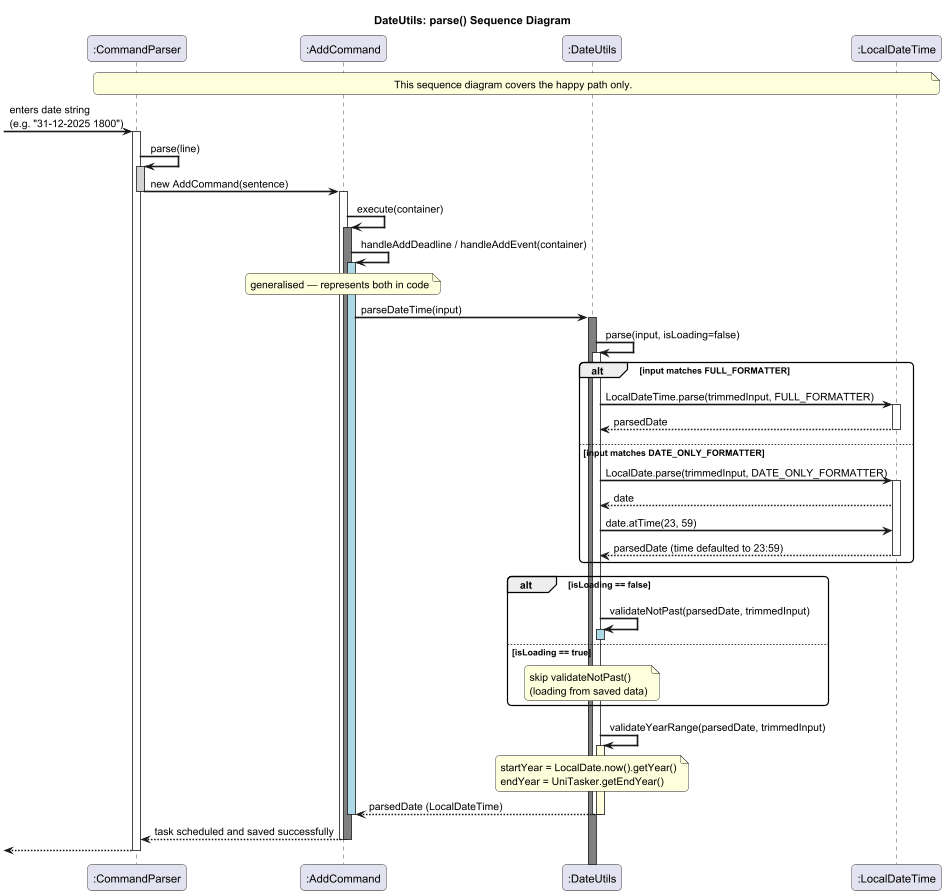
marken9/tp keeps this PlantUML diagram as docs/pictures/DateUtilsSequence.png. Above is the earlier version. The source it was exported from:
```plantuml
@startuml DateUtilsSequenceDiagram
!pragma teoz true

skinparam sequenceArrowThickness 2
skinparam roundcorner 10

title DateUtils: parse() Sequence Diagram

participant ":CommandParser" as CP
participant ":AddCommand" as AC
participant ":DateUtils" as DU
participant ":LocalDateTime" as LDT

note over CP, LDT : This sequence diagram covers the happy path only.

-> CP : enters date string\n(e.g. "31-12-2025 1800")
activate CP

CP -> CP : parse(line)
activate CP #lightgray
CP -> AC : new AddCommand(sentence)
deactivate CP

activate AC
AC -> AC : execute(container)
activate AC #gray

AC -> AC : handleAddDeadline / handleAddEvent(container)
activate AC #lightblue
note over AC : generalised — represents both in code

AC -> DU : parseDateTime(input)
activate DU #gray

DU -> DU : parse(input, isLoading=false)
activate DU #white

alt input matches FULL_FORMATTER
    DU -> LDT : LocalDateTime.parse(trimmedInput, FULL_FORMATTER)
    activate LDT
    LDT --> DU : parsedDate
    deactivate LDT

else input matches DATE_ONLY_FORMATTER
    DU -> LDT : LocalDate.parse(trimmedInput, DATE_ONLY_FORMATTER)
    activate LDT
    LDT --> DU : date
    DU -> LDT : date.atTime(23, 59)
    LDT --> DU : parsedDate (time defaulted to 23:59)
    deactivate LDT
end

alt isLoading == false
    DU -> DU : validateNotPast(parsedDate, trimmedInput)
    activate DU #lightblue
    deactivate DU

else isLoading == true
    note over DU : skip validateNotPast()\n(loading from saved data)
end

DU -> DU : validateYearRange(parsedDate, trimmedInput)
activate DU #lightyellow
note over DU : startYear = LocalDate.now().getYear()\nendYear = UniTasker.getEndYear()

DU --> AC : parsedDate (LocalDateTime)
deactivate DU
deactivate DU
deactivate AC
AC --> CP: task scheduled and saved successfully
deactivate AC
deactivate AC
<-- CP:

deactivate CP

@enduml
```
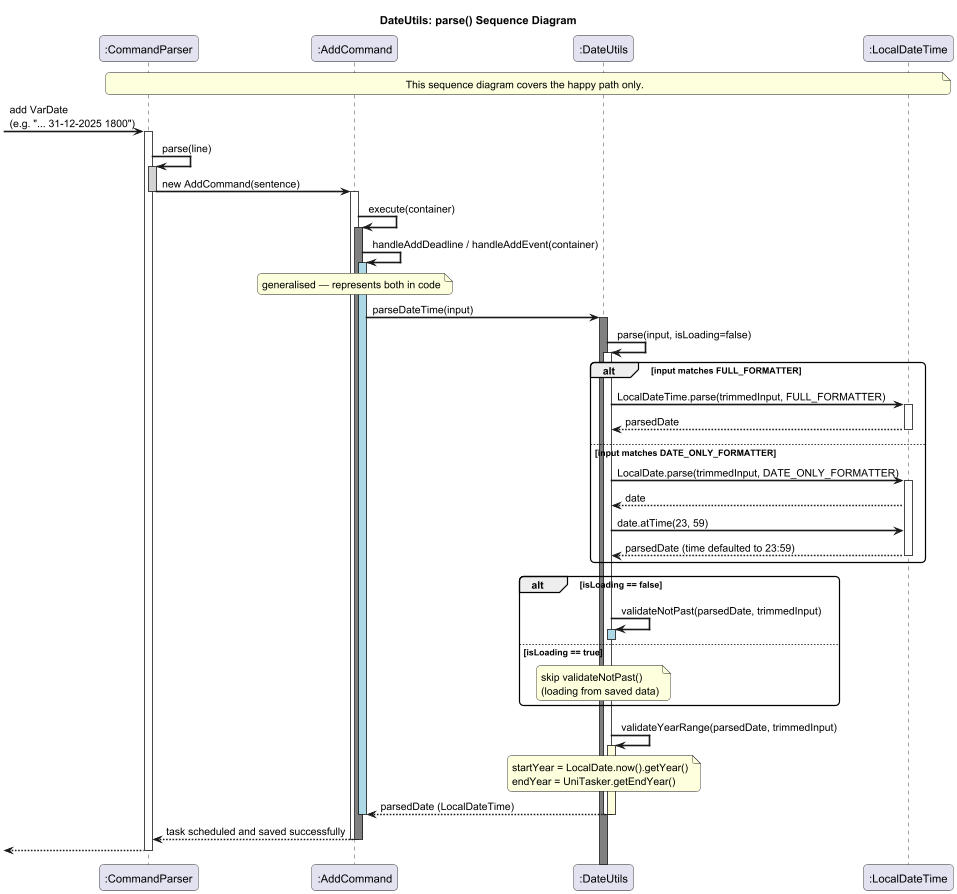
The same diagram one commit later.

The edit, as a diff of the source:
```diff
@@ -13,7 +13,7 @@
 
 note over CP, LDT : This sequence diagram covers the happy path only.
 
--> CP : enters date string\n(e.g. "31-12-2025 1800")
+-> CP : add VarDate \n(e.g. "... 31-12-2025 1800")
 activate CP
 
 CP -> CP : parse(line)
```
